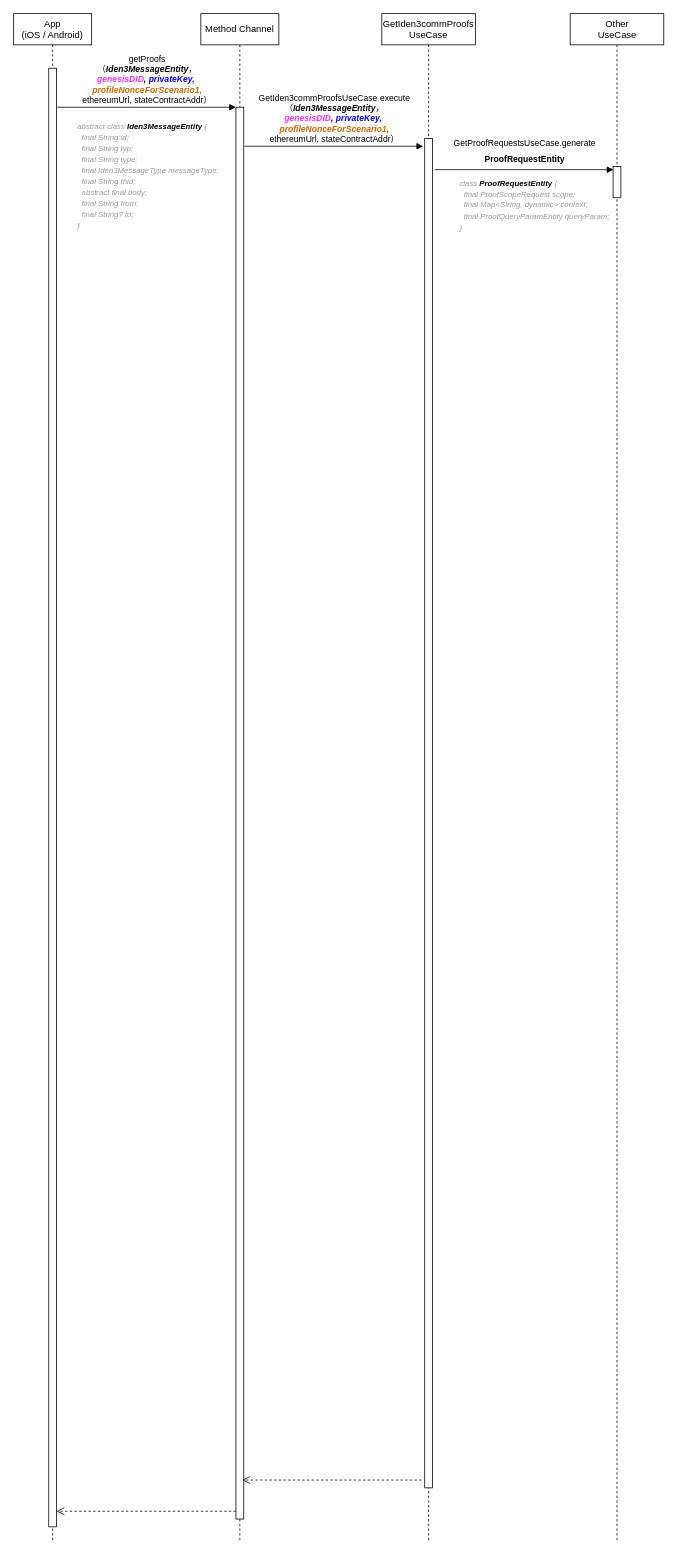
This is draw.io/did/polygonid-getproofs.drawio from yushihang/yushihang.github.io, a draw.io file, before an edit. Source tidied: cells renumbered, new cells numbered last; positions are measured from the earlier drawing's top-left corner, leaving out a move shared by most shapes. Both pictures are drawn from the tidied source at 78%, with x=0, y=0 at pixel (13, 13).
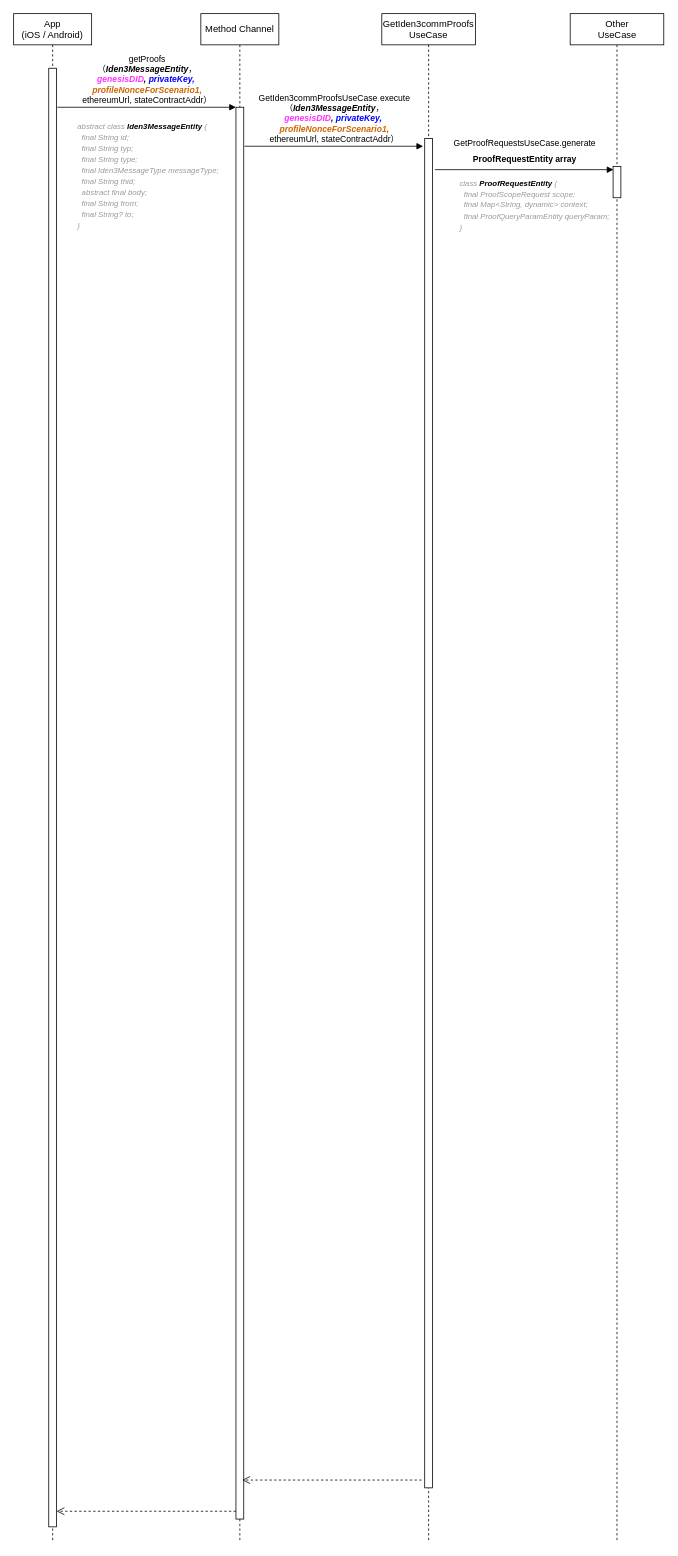
After the change.

Diff of the diagram source:
```diff
@@
-    <mxCell id="11" value="&lt;div style=&quot;line-height: 120%;&quot;&gt;&lt;div style=&quot;line-height: 21px;&quot;&gt;&lt;div style=&quot;line-height: 21px;&quot;&gt;&lt;span style=&quot;background-color: rgb(255, 255, 255);&quot;&gt;&lt;font face=&quot;Helvetica&quot; style=&quot;font-size: 11px;&quot;&gt;GetProofRequestsUseCase.generate&lt;/font&gt;&lt;/span&gt;&lt;/div&gt;&lt;div style=&quot;line-height: 21px;&quot;&gt;&lt;div style=&quot;line-height: 21px;&quot;&gt;&lt;span style=&quot;background-color: rgb(255, 255, 255);&quot;&gt;&lt;font face=&quot;Helvetica&quot; style=&quot;font-size: 11px;&quot;&gt;&lt;b&gt;ProofRequestEntity&lt;/b&gt;&lt;/font&gt;&lt;/span&gt;&lt;/div&gt;&lt;/div&gt;&lt;/div&gt;&lt;/div&gt;&lt;div style=&quot;line-height: 21px;&quot;&gt;&lt;/div&gt;" style="html=1;verticalAlign=bottom;endArrow=block;curved=0;rounded=0;sourcePerimeterSpacing=0;entryX=0;entryY=0;entryDx=0;entryDy=5;entryPerimeter=0;" parent="1" edge="1">
+    <mxCell id="11" value="&lt;div style=&quot;line-height: 120%;&quot;&gt;&lt;div style=&quot;line-height: 21px;&quot;&gt;&lt;div style=&quot;line-height: 21px;&quot;&gt;&lt;span style=&quot;background-color: rgb(255, 255, 255);&quot;&gt;&lt;font face=&quot;Helvetica&quot; style=&quot;font-size: 11px;&quot;&gt;GetProofRequestsUseCase.generate&lt;/font&gt;&lt;/span&gt;&lt;/div&gt;&lt;div style=&quot;line-height: 21px;&quot;&gt;&lt;div style=&quot;line-height: 21px;&quot;&gt;&lt;span style=&quot;background-color: rgb(255, 255, 255);&quot;&gt;&lt;font face=&quot;Helvetica&quot; style=&quot;font-size: 11px;&quot;&gt;&lt;b&gt;ProofRequestEntity array&lt;/b&gt;&lt;/font&gt;&lt;/span&gt;&lt;/div&gt;&lt;/div&gt;&lt;/div&gt;&lt;/div&gt;&lt;div style=&quot;line-height: 21px;&quot;&gt;&lt;/div&gt;" style="html=1;verticalAlign=bottom;endArrow=block;curved=0;rounded=0;sourcePerimeterSpacing=0;entryX=0;entryY=0;entryDx=0;entryDy=5;entryPerimeter=0;" parent="1" edge="1">
       <mxGeometry relative="1" as="geometry">
         <mxPoint x="540" y="200" as="sourcePoint" />
         <mxPoint x="769" y="200" as="targetPoint" />
       </mxGeometry>
     </mxCell>
```
